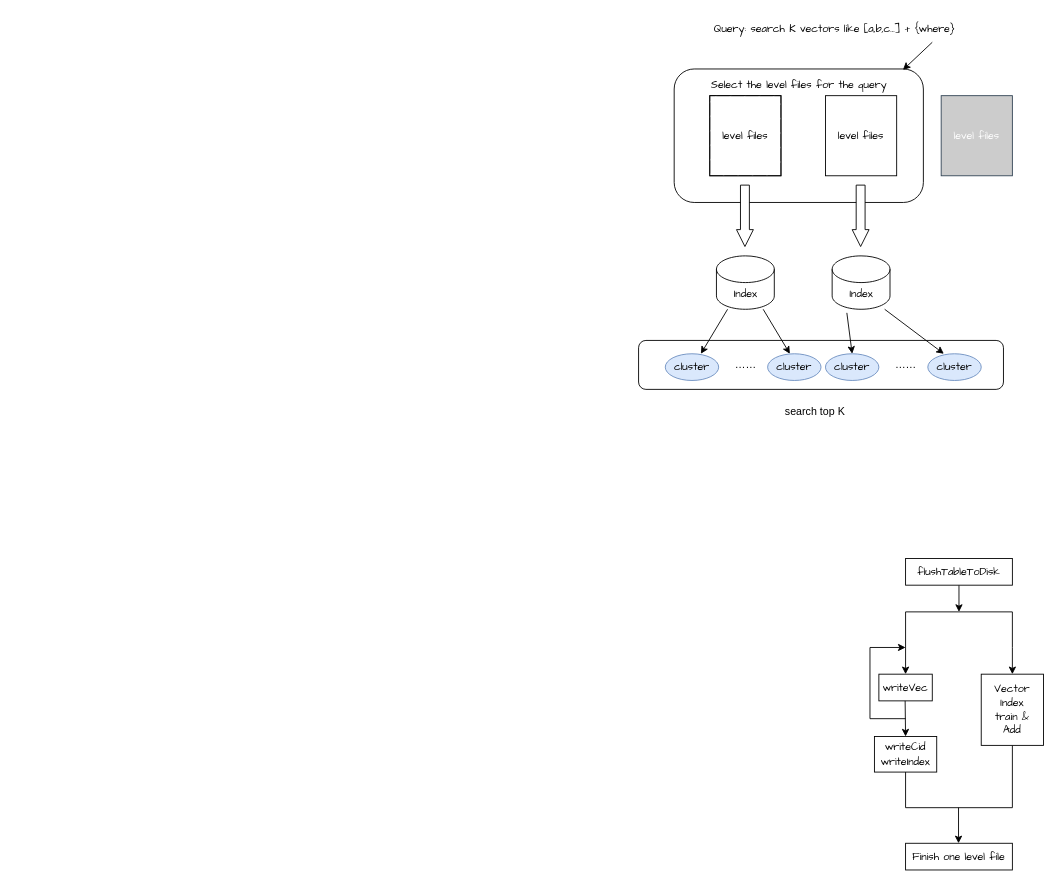
The draw.io diagram vectorDB.drawio in yeqiyi/drawIO, before the edit. Source tidied: cells renumbered, new cells numbered last; positions are measured from the earlier drawing's top-left corner, leaving out a move shared by most shapes. Both pictures are drawn from the tidied source at 89%, with x=0, y=0 at pixel (638, 15).
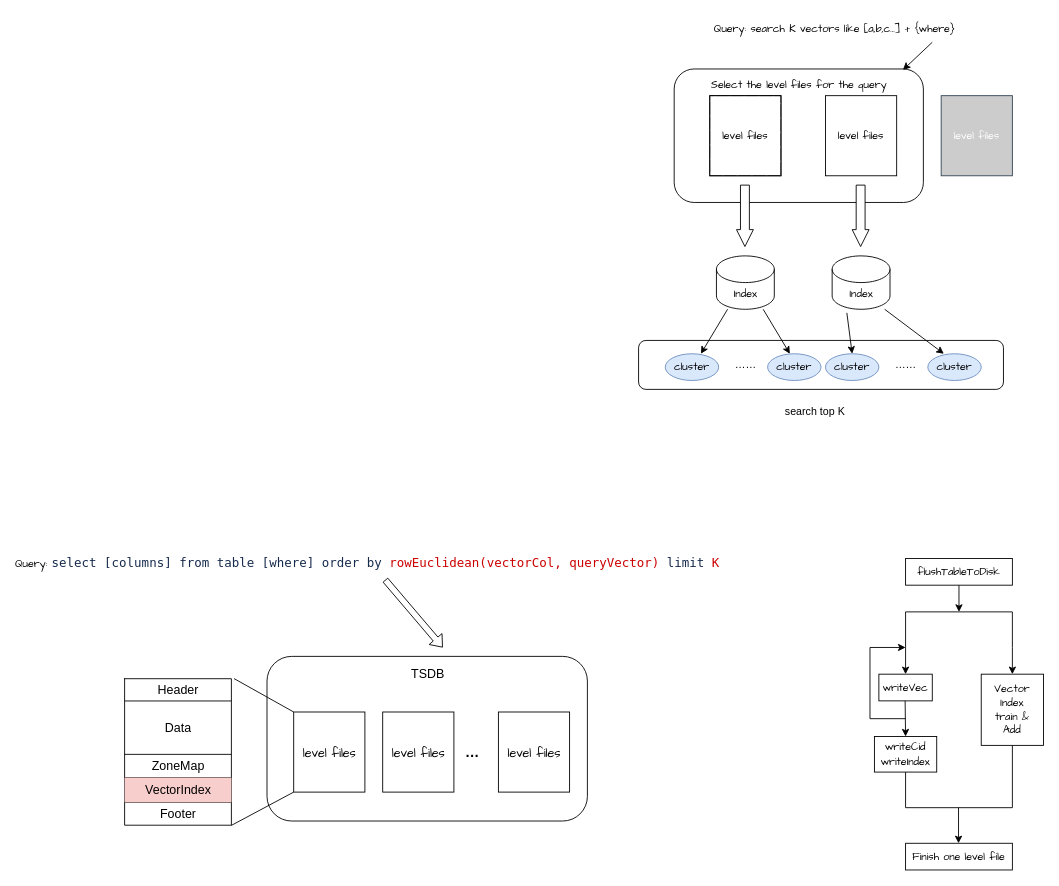
The same diagram, later.

Change to the diagram source:
```diff
@@
+    <mxCell id="37" style="rounded=1;whiteSpace=wrap;html=1;" parent="1" vertex="1">
+      <mxGeometry x="-417.5" y="720" width="360" height="185" as="geometry" />
+    </mxCell>
@@
+    <mxCell id="38" value="&lt;font style=&quot;font-size: 14px;&quot; face=&quot;Comic Sans MS&quot;&gt;level files&lt;/font&gt;" style="rounded=0;whiteSpace=wrap;html=1;gradientColor=none;fillStyle=hatch;fontSize=14;" parent="1" vertex="1">
+      <mxGeometry x="-387.5" y="782.5" width="80" height="90" as="geometry" />
+    </mxCell>
+    <mxCell id="39" value="&lt;font style=&quot;font-size: 14px;&quot;&gt;TSDB&lt;/font&gt;" style="text;html=1;align=center;verticalAlign=middle;strokeColor=none;fillColor=none;" parent="1" vertex="1">
+      <mxGeometry x="-267.5" y="725" width="60" height="30" as="geometry" />
+    </mxCell>
+    <mxCell id="40" value="&lt;font style=&quot;font-size: 14px;&quot; face=&quot;Comic Sans MS&quot;&gt;level files&lt;/font&gt;" style="rounded=0;whiteSpace=wrap;html=1;gradientColor=none;fillStyle=hatch;fontSize=14;" parent="1" vertex="1">
+      <mxGeometry x="-287.5" y="782.5" width="80" height="90" as="geometry" />
+    </mxCell>
+    <mxCell id="41" value="&lt;font style=&quot;font-size: 14px;&quot; face=&quot;Comic Sans MS&quot;&gt;level files&lt;/font&gt;" style="rounded=0;whiteSpace=wrap;html=1;gradientColor=none;fillStyle=hatch;fontSize=14;" parent="1" vertex="1">
+      <mxGeometry x="-157.5" y="782.5" width="80" height="90" as="geometry" />
+    </mxCell>
+    <mxCell id="42" value="&lt;font size=&quot;1&quot; style=&quot;&quot;&gt;&lt;b style=&quot;font-size: 16px;&quot;&gt;…&lt;/b&gt;&lt;/font&gt;" style="text;html=1;align=center;verticalAlign=middle;strokeColor=none;fillColor=none;" parent="1" vertex="1">
+      <mxGeometry x="-207.5" y="812.5" width="40" height="30" as="geometry" />
+    </mxCell>
+    <mxCell id="43" style="shape=table;startSize=0;childLayout=tableLayout;fontSize=16;" parent="1" vertex="1">
+      <mxGeometry x="-577.5" y="745.1" width="120" height="164.6" as="geometry" />
+    </mxCell>
+    <mxCell id="44" style="shape=tableRow;horizontal=0;startSize=0;swimlaneHead=0;swimlaneBody=0;strokeColor=inherit;top=0;left=0;bottom=0;right=0;fillColor=none;points=[[0,0.5],[1,0.5]];portConstraint=eastwest;fontSize=16;" parent="43" vertex="1">
+      <mxGeometry width="120" height="25" as="geometry" />
+    </mxCell>
+    <mxCell id="45" value="Header" style="shape=partialRectangle;html=1;whiteSpace=wrap;strokeColor=inherit;overflow=hidden;fillColor=none;top=0;left=0;bottom=0;right=0;fontSize=14;" parent="44" vertex="1">
+      <mxGeometry width="120" height="25" as="geometry" />
+    </mxCell>
+    <mxCell id="46" style="shape=tableRow;horizontal=0;startSize=0;swimlaneHead=0;swimlaneBody=0;strokeColor=inherit;top=0;left=0;bottom=0;right=0;fillColor=none;fontSize=16;" parent="43" vertex="1">
+      <mxGeometry y="25" width="120" height="60" as="geometry" />
+    </mxCell>
+    <mxCell id="47" value="Data" style="shape=partialRectangle;html=1;whiteSpace=wrap;strokeColor=inherit;overflow=hidden;fillColor=none;top=0;left=0;bottom=0;right=0;fontSize=14;" parent="46" vertex="1">
+      <mxGeometry width="120" height="60" as="geometry" />
+    </mxCell>
+    <mxCell id="48" style="shape=tableRow;horizontal=0;startSize=0;swimlaneHead=0;swimlaneBody=0;strokeColor=inherit;top=0;left=0;bottom=0;right=0;fillColor=none;fontSize=16;" parent="43" vertex="1">
+      <mxGeometry y="85" width="120" height="26" as="geometry" />
+    </mxCell>
+    <mxCell id="49" value="ZoneMap" style="shape=partialRectangle;html=1;whiteSpace=wrap;strokeColor=inherit;overflow=hidden;fillColor=none;top=0;left=0;bottom=0;right=0;fontSize=14;" parent="48" vertex="1">
+      <mxGeometry width="120" height="26" as="geometry" />
+    </mxCell>
+    <mxCell id="50" style="shape=tableRow;horizontal=0;startSize=0;swimlaneHead=0;swimlaneBody=0;strokeColor=inherit;top=0;left=0;bottom=0;right=0;fillColor=none;fontSize=16;" parent="43" vertex="1">
+      <mxGeometry y="111" width="120" height="28" as="geometry" />
+    </mxCell>
+    <mxCell id="51" value="VectorIndex" style="shape=partialRectangle;html=1;whiteSpace=wrap;strokeColor=#b85450;overflow=hidden;fillColor=#f8cecc;top=0;left=0;bottom=0;right=0;fontSize=14;" parent="50" vertex="1">
+      <mxGeometry width="120" height="28" as="geometry" />
+    </mxCell>
+    <mxCell id="52" style="shape=tableRow;horizontal=0;startSize=0;swimlaneHead=0;swimlaneBody=0;strokeColor=inherit;top=0;left=0;bottom=0;right=0;fillColor=none;fontSize=16;" parent="43" vertex="1">
+      <mxGeometry y="139" width="120" height="26" as="geometry" />
+    </mxCell>
+    <mxCell id="53" value="Footer" style="shape=partialRectangle;html=1;whiteSpace=wrap;strokeColor=inherit;overflow=hidden;fillColor=none;top=0;left=0;bottom=0;right=0;fontSize=14;" parent="52" vertex="1">
+      <mxGeometry width="120" height="26" as="geometry" />
+    </mxCell>
+    <mxCell id="54" style="endArrow=none;html=1;rounded=0;exitX=0;exitY=0;exitDx=0;exitDy=0;entryX=1.025;entryY=-0.005;entryDx=0;entryDy=0;entryPerimeter=0;" parent="1" edge="1" source="38" target="44">
+      <mxGeometry relative="1" as="geometry" />
+    </mxCell>
+    <mxCell id="55" style="endArrow=none;html=1;rounded=0;entryX=1.025;entryY=-0.005;entryDx=0;entryDy=0;entryPerimeter=0;exitX=0;exitY=1;exitDx=0;exitDy=0;" parent="1" edge="1" source="38">
+      <mxGeometry relative="1" as="geometry">
+        <mxPoint x="-457.5" y="909.9" as="targetPoint" />
+      </mxGeometry>
+    </mxCell>
+    <mxCell id="56" value="&lt;font face=&quot;Comic Sans MS&quot;&gt;Query:&amp;nbsp;&lt;/font&gt;&lt;span style=&quot;color: rgb(23, 43, 77); font-family: SFMono-Medium, &amp;quot;SF Mono&amp;quot;, &amp;quot;Segoe UI Mono&amp;quot;, &amp;quot;Roboto Mono&amp;quot;, &amp;quot;Ubuntu Mono&amp;quot;, Menlo, Consolas, Courier, monospace; font-size: 14px; text-align: start; white-space-collapse: preserve;&quot;&gt;select [columns] from table [where] order by &lt;/span&gt;&lt;span style=&quot;font-family: SFMono-Medium, &amp;quot;SF Mono&amp;quot;, &amp;quot;Segoe UI Mono&amp;quot;, &amp;quot;Roboto Mono&amp;quot;, &amp;quot;Ubuntu Mono&amp;quot;, Menlo, Consolas, Courier, monospace; font-size: 14px; text-align: start; white-space-collapse: preserve;&quot;&gt;&lt;font color=&quot;#cc0000&quot;&gt;rowEuclidean(vectorCol, queryVector)&lt;/font&gt;&lt;/span&gt;&lt;span style=&quot;color: rgb(23, 43, 77); font-family: SFMono-Medium, &amp;quot;SF Mono&amp;quot;, &amp;quot;Segoe UI Mono&amp;quot;, &amp;quot;Roboto Mono&amp;quot;, &amp;quot;Ubuntu Mono&amp;quot;, Menlo, Consolas, Courier, monospace; font-size: 14px; text-align: start; white-space-collapse: preserve;&quot;&gt; limit &lt;/span&gt;&lt;span style=&quot;font-family: SFMono-Medium, &amp;quot;SF Mono&amp;quot;, &amp;quot;Segoe UI Mono&amp;quot;, &amp;quot;Roboto Mono&amp;quot;, &amp;quot;Ubuntu Mono&amp;quot;, Menlo, Consolas, Courier, monospace; font-size: 14px; text-align: start; white-space-collapse: preserve;&quot;&gt;&lt;font style=&quot;&quot; color=&quot;#cc0000&quot;&gt;K&lt;/font&gt;&lt;/span&gt;" style="text;html=1;align=center;verticalAlign=middle;points=[];strokeColor=none;fillColor=none;" parent="1" vertex="1">
+      <mxGeometry x="-680" y="600" width="750" height="30" as="geometry" />
+    </mxCell>
+    <mxCell id="57" style="shape=flexArrow;endArrow=classic;html=1;rounded=0;exitX=0.527;exitY=1.133;exitDx=0;exitDy=0;exitPerimeter=0;endWidth=11.105826397146254;endSize=3.6482758620689655;width=6.8965517241379315;" parent="1" edge="1" source="56">
+      <mxGeometry relative="1" as="geometry">
+        <mxPoint x="-220" y="710" as="targetPoint" />
+      </mxGeometry>
+    </mxCell>
```
